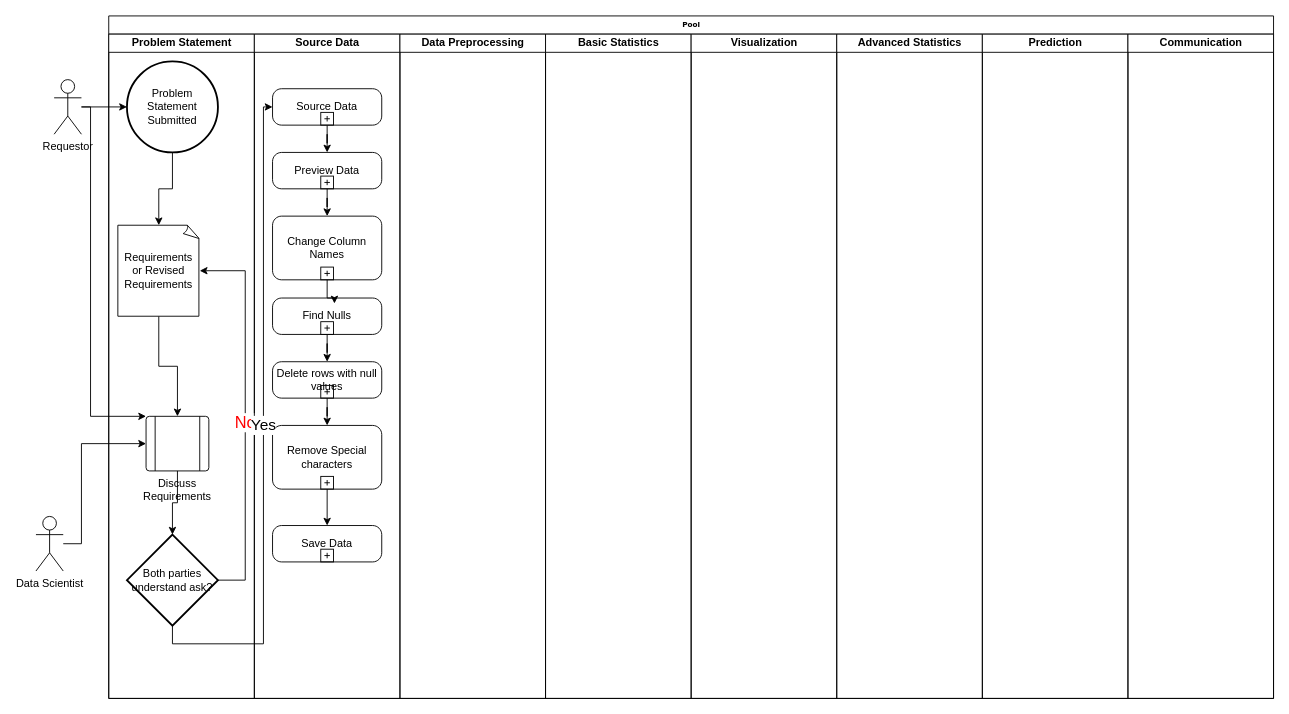
The draw.io diagram page "Flow Chart" (1 of 3) of Data_Science_Workflow.drawio in jerryevalentine/Data-Science-Process, before the edit. Source tidied: cells renumbered, new cells numbered last; positions are measured from the earlier drawing's top-left corner, leaving out a move shared by most shapes. Both pictures are drawn from the tidied source at 91%, with x=0, y=0 at pixel (35, 15).
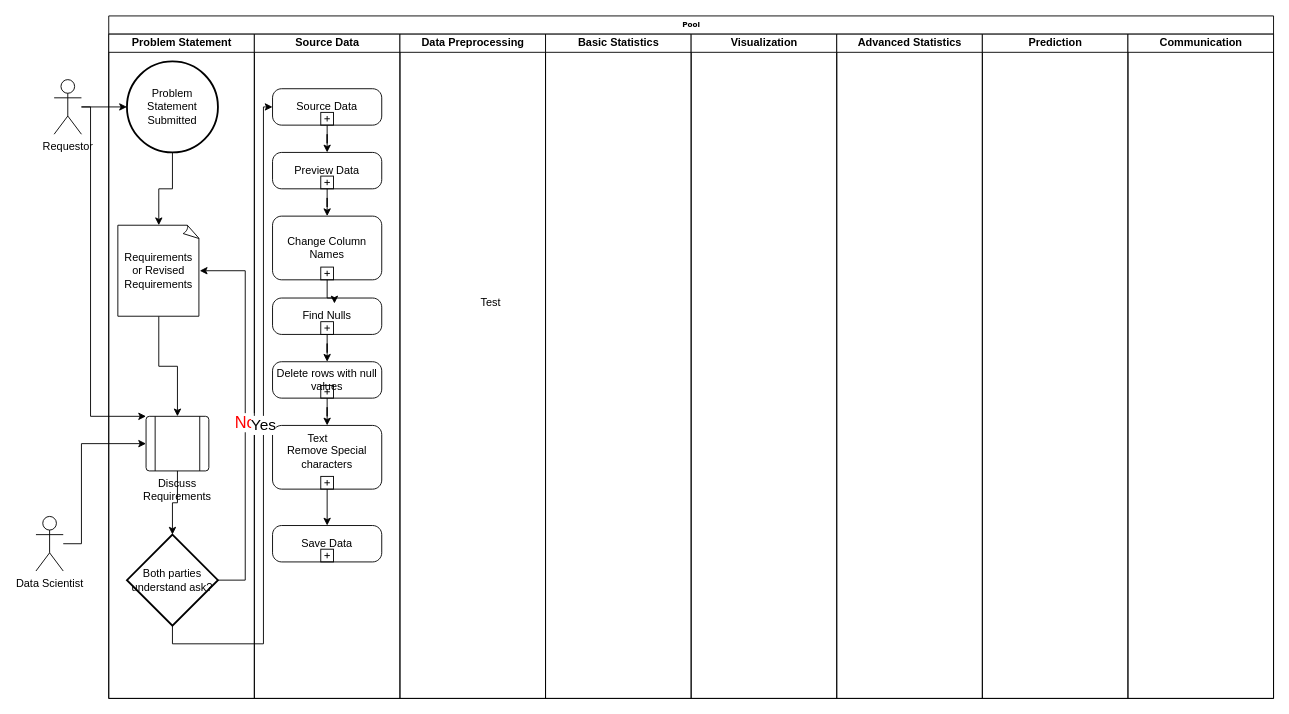
Above is the later version.

Unchanged cells that the change refers to:
```xml
<mxCell id="27" value="Data Preprocessing" style="swimlane;html=1;startSize=20;" parent="2" vertex="1">
  <mxGeometry x="320" y="20" width="160" height="730" as="geometry" />
</mxCell>
```

The edit, as a diff of the source:
```diff
@@
+    <mxCell id="39" value="Test" style="text;html=1;align=center;verticalAlign=middle;whiteSpace=wrap;rounded=0;" parent="27" vertex="1">
+      <mxGeometry x="70" y="280" width="60" height="30" as="geometry" />
+    </mxCell>
@@
+    <mxCell id="40" value="Text" style="text;html=1;align=center;verticalAlign=middle;whiteSpace=wrap;rounded=0;" parent="1" vertex="1">
+      <mxGeometry x="280" y="450" width="60" height="30" as="geometry" />
+    </mxCell>
```
